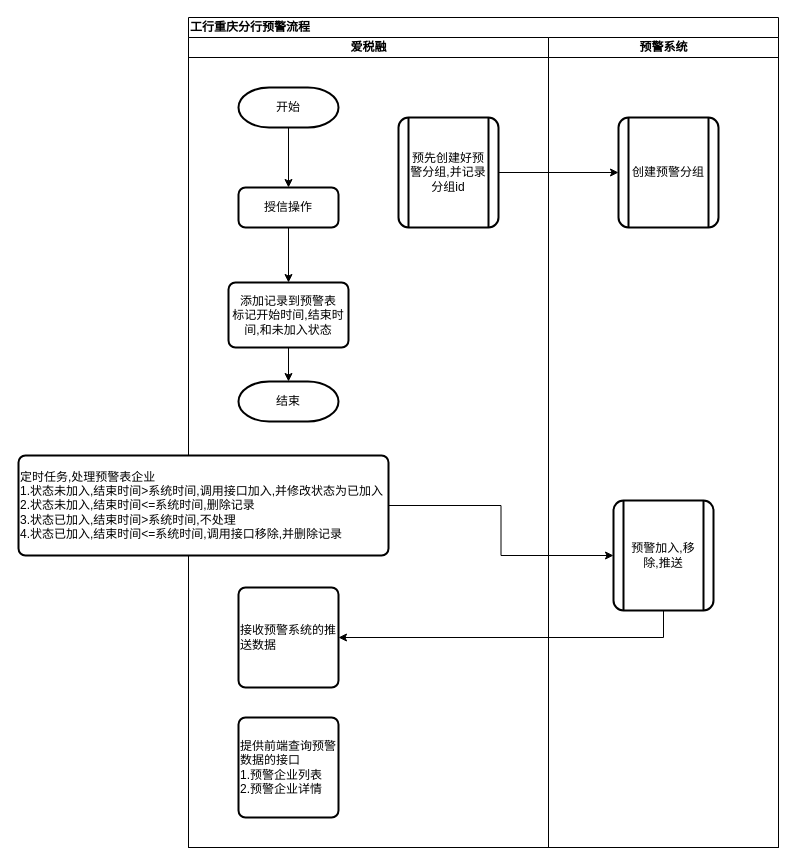
quanqiang-li/draw keeps this draw.io diagram as 工行重庆分行预警.drawio. Above is the earlier version. Source tidied: cells renumbered, new cells numbered last; positions are measured from the earlier drawing's top-left corner, leaving out a move shared by most shapes. Both pictures are drawn from the tidied source at 100%, with x=0, y=0 at pixel (18, 17).
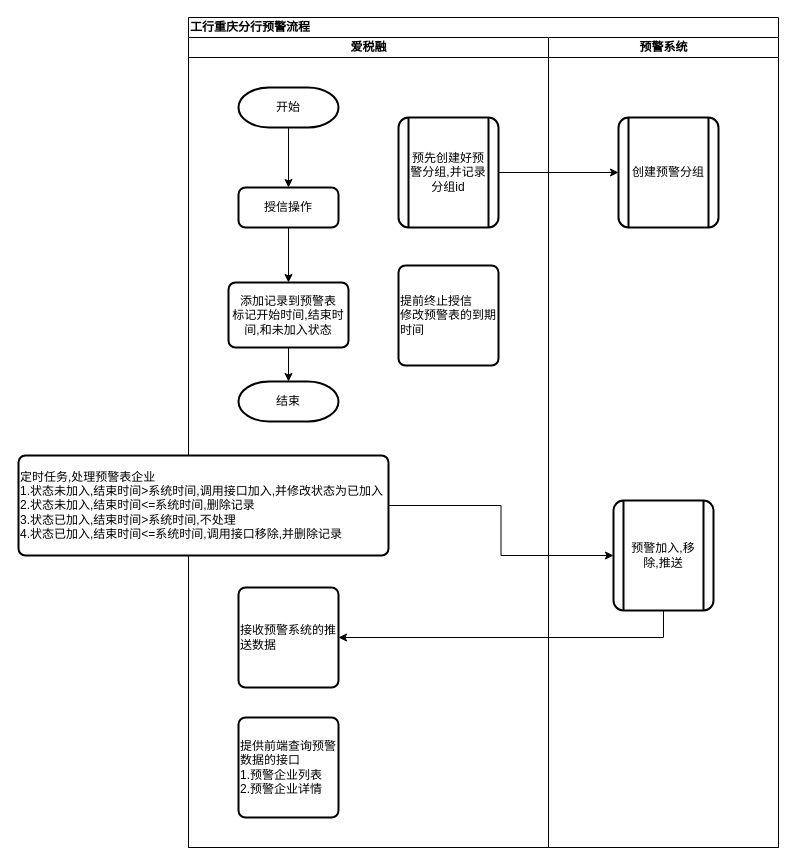
Above is the later version.

Commit message:
更新工行重庆分行预警.drawio

The change refers to these unchanged cells:
```xml
<mxCell id="3" value="爱税融" style="swimlane;html=1;startSize=20;" parent="2" vertex="1">
  <mxGeometry y="20" width="360" height="810" as="geometry" />
</mxCell>
```

Change to the diagram source:
```diff
@@
+    <mxCell id="21" value="提前终止授信&lt;br&gt;修改预警表的到期时间" style="rounded=1;whiteSpace=wrap;html=1;absoluteArcSize=1;arcSize=14;strokeWidth=2;align=left;" parent="3" vertex="1">
+      <mxGeometry x="210" y="228" width="100" height="100" as="geometry" />
+    </mxCell>
```
